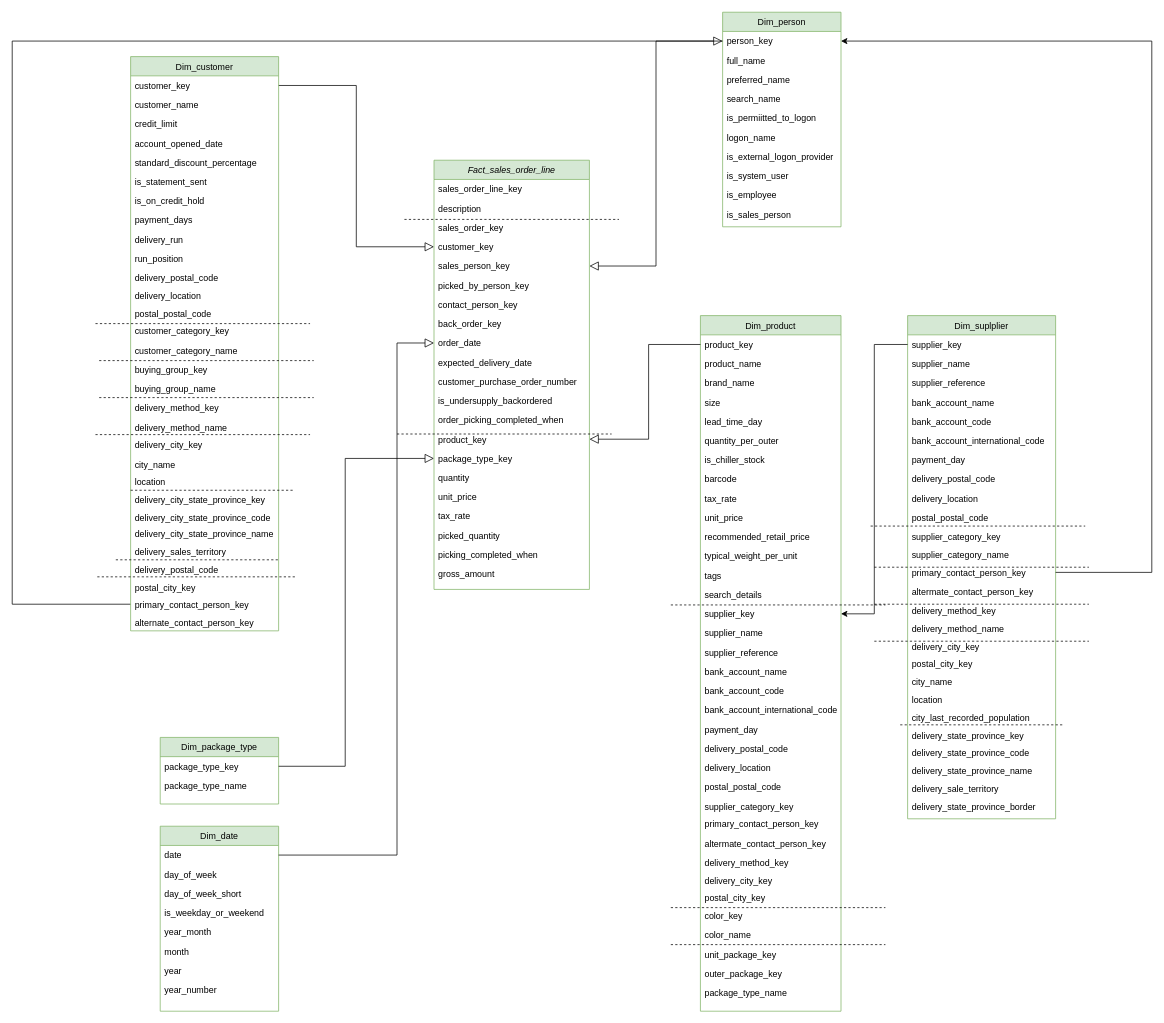
The draw.io diagram Untitled Diagram.drawio in DucTran3110/data_warehouse_course, before the edit. Source tidied: cells renumbered, new cells numbered last; positions are measured from the earlier drawing's top-left corner, leaving out a move shared by most shapes. Both pictures are drawn from the tidied source at 74%, with x=0, y=0 at pixel (12, 12).
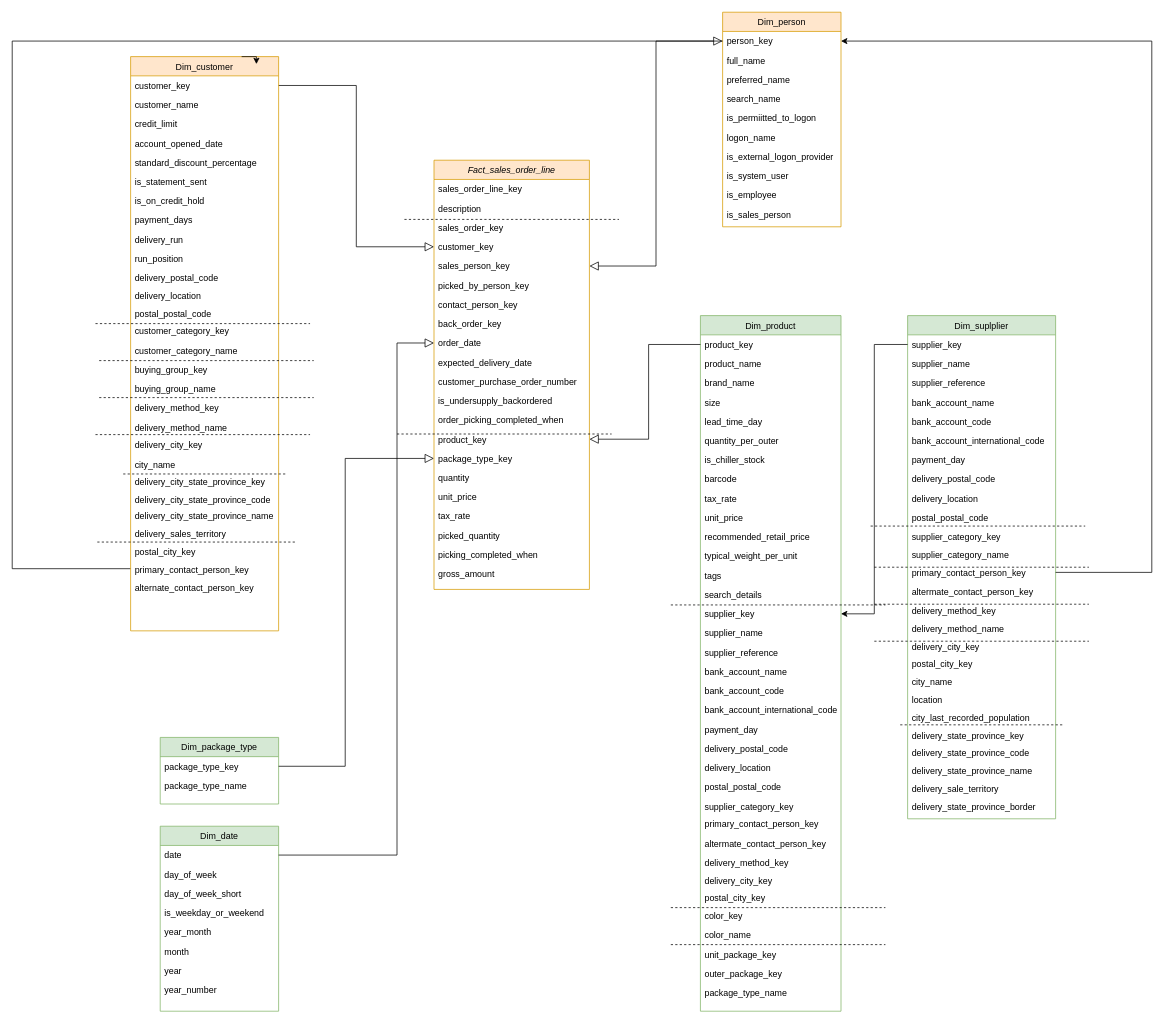
Above is the later version.

The edit, as a diff of the source:
```diff
@@
-    <mxCell id="2" value="Fact_sales_order_line" style="swimlane;fontStyle=2;align=center;verticalAlign=top;horizontal=1;startSize=26;rounded=0;shadow=0;strokeWidth=1;swimlaneLine=1;fillColor=#d5e8d4;strokeColor=#82b366;" parent="1" vertex="1">
+    <mxCell id="2" value="Fact_sales_order_line" style="swimlane;fontStyle=2;align=center;verticalAlign=top;horizontal=1;startSize=26;rounded=0;shadow=0;strokeWidth=1;swimlaneLine=1;fillColor=#ffe6cc;strokeColor=#d79b00;" parent="1" vertex="1">
       <mxGeometry x="570" y="200" width="210" height="580" as="geometry" />
     </mxCell>
@@
-    <mxCell id="25" value="Dim_person" style="swimlane;fontStyle=0;align=center;verticalAlign=top;horizontal=1;startSize=26;rounded=0;shadow=0;strokeWidth=1;fillColor=#d5e8d4;strokeColor=#82b366;" parent="1" vertex="1">
+    <mxCell id="25" value="Dim_person" style="swimlane;fontStyle=0;align=center;verticalAlign=top;horizontal=1;startSize=26;rounded=0;shadow=0;strokeWidth=1;fillColor=#ffe6cc;strokeColor=#d79b00;" parent="1" vertex="1">
       <mxGeometry x="960" width="160" height="290" as="geometry" />
     </mxCell>
@@
-    <mxCell id="128" value="Dim_customer" style="swimlane;fontStyle=0;align=center;verticalAlign=top;horizontal=1;startSize=26;rounded=0;shadow=0;strokeWidth=1;fillColor=#d5e8d4;strokeColor=#82b366;" parent="1" vertex="1">
+    <mxCell id="128" value="Dim_customer" style="swimlane;fontStyle=0;align=center;verticalAlign=top;horizontal=1;startSize=26;rounded=0;shadow=0;strokeWidth=1;fillColor=#ffe6cc;strokeColor=#d79b00;" parent="1" vertex="1">
       <mxGeometry x="160" y="60" width="200" height="776" as="geometry" />
     </mxCell>
@@
-    <mxCell id="154" value="location" style="text;align=left;verticalAlign=top;spacingLeft=4;spacingRight=4;overflow=hidden;" parent="128" vertex="1">
-      <mxGeometry y="562" width="200" height="24" as="geometry" />
-    </mxCell>
+    <mxCell id="165" style="endArrow=none;dashed=1;html=1;rounded=0;" parent="128" edge="1">
+      <mxGeometry relative="1" as="geometry">
+        <mxPoint x="-10" y="564" as="sourcePoint" />
+        <mxPoint x="210" y="564" as="targetPoint" />
+      </mxGeometry>
+    </mxCell>
     <mxCell id="155" value="delivery_city_state_province_key" style="text;align=left;verticalAlign=top;spacingLeft=4;spacingRight=4;overflow=hidden;" parent="128" vertex="1">
-      <mxGeometry y="586" width="200" height="24" as="geometry" />
+      <mxGeometry y="562" width="200" height="24" as="geometry" />
     </mxCell>
     <mxCell id="156" value="delivery_city_state_province_code" style="text;align=left;verticalAlign=top;spacingLeft=4;spacingRight=4;overflow=hidden;" parent="128" vertex="1">
-      <mxGeometry y="610" width="200" height="22" as="geometry" />
+      <mxGeometry y="586" width="200" height="22" as="geometry" />
     </mxCell>
     <mxCell id="157" value="delivery_city_state_province_name" style="text;align=left;verticalAlign=top;spacingLeft=4;spacingRight=4;overflow=hidden;" parent="128" vertex="1">
-      <mxGeometry y="632" width="200" height="24" as="geometry" />
+      <mxGeometry y="608" width="200" height="24" as="geometry" />
     </mxCell>
     <mxCell id="158" value="delivery_sales_territory" style="text;align=left;verticalAlign=top;spacingLeft=4;spacingRight=4;overflow=hidden;" parent="128" vertex="1">
-      <mxGeometry y="656" width="200" height="24" as="geometry" />
+      <mxGeometry y="632" width="200" height="24" as="geometry" />
     </mxCell>
-    <mxCell id="159" style="endArrow=none;dashed=1;html=1;rounded=0;" parent="128" edge="1">
-      <mxGeometry relative="1" as="geometry">
-        <mxPoint x="-45" y="703" as="sourcePoint" />
-        <mxPoint x="225" y="703" as="targetPoint" />
-      </mxGeometry>
-    </mxCell>
-    <mxCell id="160" style="endArrow=none;dashed=1;html=1;rounded=0;" parent="128" edge="1">
-      <mxGeometry relative="1" as="geometry">
-        <mxPoint x="-20" y="680" as="sourcePoint" />
-        <mxPoint x="200" y="680" as="targetPoint" />
-      </mxGeometry>
-    </mxCell>
-    <mxCell id="161" value="delivery_postal_code" style="text;align=left;verticalAlign=top;spacingLeft=4;spacingRight=4;overflow=hidden;" parent="128" vertex="1">
-      <mxGeometry y="680" width="200" height="24" as="geometry" />
-    </mxCell>
     <mxCell id="162" value="postal_city_key" style="text;align=left;verticalAlign=top;spacingLeft=4;spacingRight=4;overflow=hidden;" parent="128" vertex="1">
-      <mxGeometry y="704" width="200" height="24" as="geometry" />
+      <mxGeometry y="656" width="200" height="24" as="geometry" />
     </mxCell>
     <mxCell id="163" value="primary_contact_person_key" style="text;align=left;verticalAlign=top;spacingLeft=4;spacingRight=4;overflow=hidden;points=[[0,0.5],[1,0.5]];portConstraint=eastwest;" parent="128" vertex="1">
-      <mxGeometry y="728" width="200" height="24" as="geometry" />
+      <mxGeometry y="680" width="200" height="24" as="geometry" />
     </mxCell>
     <mxCell id="164" value="alternate_contact_person_key" style="text;align=left;verticalAlign=top;spacingLeft=4;spacingRight=4;overflow=hidden;" parent="128" vertex="1">
-      <mxGeometry y="752" width="200" height="24" as="geometry" />
+      <mxGeometry y="704" width="200" height="24" as="geometry" />
     </mxCell>
-    <mxCell id="165" style="endArrow=none;dashed=1;html=1;rounded=0;" parent="1" edge="1">
-      <mxGeometry relative="1" as="geometry">
-        <mxPoint x="160" y="646" as="sourcePoint" />
-        <mxPoint x="380" y="646" as="targetPoint" />
-      </mxGeometry>
-    </mxCell>
+    <mxCell id="166" value=" " style="text;align=left;verticalAlign=top;spacingLeft=4;spacingRight=4;overflow=hidden;" parent="128" vertex="1">
+      <mxGeometry y="728" width="200" height="24" as="geometry" />
+    </mxCell>
+    <mxCell id="159" style="endArrow=none;dashed=1;html=1;rounded=0;" parent="1" edge="1">
+      <mxGeometry relative="1" as="geometry">
+        <mxPoint x="115" y="716" as="sourcePoint" />
+        <mxPoint x="385" y="716" as="targetPoint" />
+      </mxGeometry>
+    </mxCell>
+    <mxCell id="167" style="edgeStyle=orthogonalEdgeStyle;rounded=0;orthogonalLoop=1;jettySize=auto;html=1;exitX=0.75;exitY=0;exitDx=0;exitDy=0;entryX=0.85;entryY=0.013;entryDx=0;entryDy=0;entryPerimeter=0;" parent="1" edge="1" source="128" target="128">
+      <mxGeometry relative="1" as="geometry" />
+    </mxCell>
```
